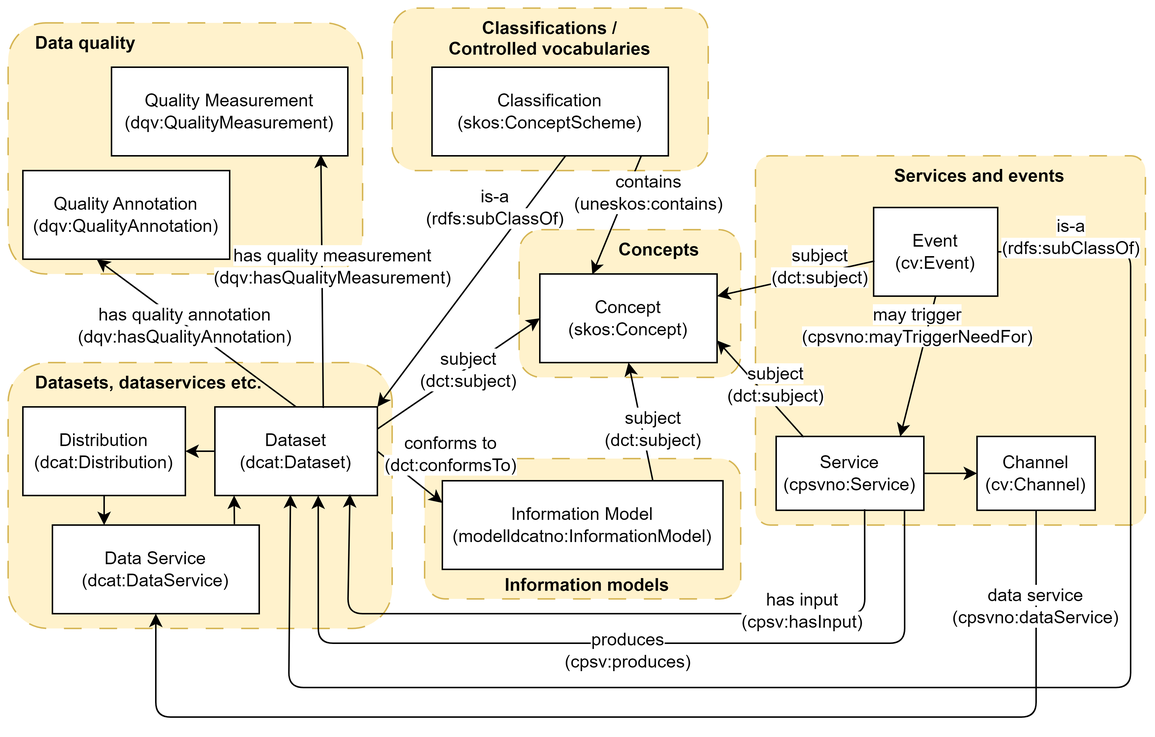
Before: overview/images/crossreferencing-en.png, a diagram exported from draw.io (Informasjonsforvaltning/showroom). Source tidied: cells renumbered, new cells last; positions are measured from the earlier drawing's top-left corner, leaving out a move shared by most shapes.
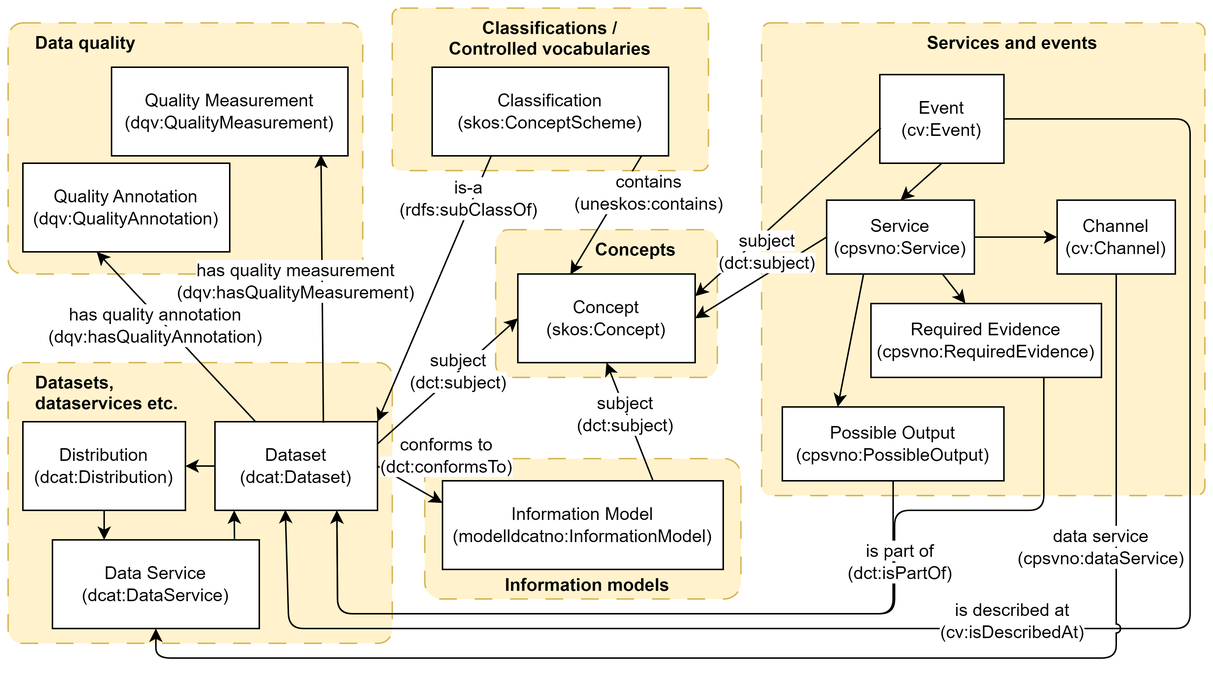
The same file after the commit.

Commit message:
Oppdatere cross-ref-tegningene

The edit, as a diff of the source:
```diff
@@ -2,26 +2,26 @@
   <root>
     <mxCell id="0" />
     <mxCell id="1" parent="0" />
-    <mxCell id="2" value="&lt;b&gt;&amp;nbsp; &amp;nbsp; &amp;nbsp; &amp;nbsp; &amp;nbsp; &amp;nbsp; Services and events&lt;/b&gt;" style="rounded=1;whiteSpace=wrap;html=1;dashed=1;dashPattern=12 12;verticalAlign=top;fillColor=#fff2cc;strokeColor=#d6b656;arcSize=4;" parent="1" vertex="1">
-      <mxGeometry x="506" y="100" width="264" height="250" as="geometry" />
+    <mxCell id="2" value="&lt;b&gt;&amp;nbsp; &amp;nbsp; &amp;nbsp; &amp;nbsp; &amp;nbsp; &amp;nbsp; Services and events&lt;/b&gt;" style="rounded=1;whiteSpace=wrap;html=1;dashed=1;dashPattern=12 12;verticalAlign=top;fillColor=#fff2cc;strokeColor=#d6b656;arcSize=2;" parent="1" vertex="1">
+      <mxGeometry x="510" y="10" width="300" height="320" as="geometry" />
     </mxCell>
-    <mxCell id="3" value="&lt;b&gt;&amp;nbsp; &amp;nbsp; &amp;nbsp;Datasets, dataservices etc.&lt;/b&gt;" style="rounded=1;whiteSpace=wrap;html=1;dashed=1;dashPattern=12 12;verticalAlign=top;fillColor=#fff2cc;strokeColor=#d6b656;align=left;" parent="1" vertex="1">
-      <mxGeometry y="240" width="260" height="180" as="geometry" />
+    <mxCell id="3" value="&lt;b&gt;&amp;nbsp; &amp;nbsp; &amp;nbsp;Datasets,&amp;nbsp;&lt;/b&gt;&lt;div&gt;&lt;b&gt;&amp;nbsp; &amp;nbsp; &amp;nbsp;dataservices etc.&lt;/b&gt;&lt;/div&gt;" style="rounded=1;whiteSpace=wrap;html=1;dashed=1;dashPattern=12 12;verticalAlign=top;fillColor=#fff2cc;strokeColor=#d6b656;align=left;arcSize=5;" parent="1" vertex="1">
+      <mxGeometry y="240" width="260" height="190" as="geometry" />
     </mxCell>
-    <mxCell id="4" value="&lt;b&gt;&amp;nbsp; Information models&lt;/b&gt;" style="rounded=1;whiteSpace=wrap;html=1;dashed=1;dashPattern=12 12;verticalAlign=bottom;labelBackgroundColor=none;fillColor=#fff2cc;strokeColor=#d6b656;align=center;" parent="1" vertex="1">
+    <mxCell id="4" value="&lt;b&gt;&amp;nbsp; Information models&lt;/b&gt;" style="rounded=1;whiteSpace=wrap;html=1;dashed=1;dashPattern=12 12;verticalAlign=bottom;labelBackgroundColor=none;fillColor=#fff2cc;strokeColor=#d6b656;align=center;arcSize=12;" parent="1" vertex="1">
       <mxGeometry x="282" y="305" width="214" height="95" as="geometry" />
     </mxCell>
-    <mxCell id="5" value="&lt;b&gt;&amp;nbsp; &amp;nbsp; &amp;nbsp; &amp;nbsp; &amp;nbsp; &amp;nbsp; Concepts&lt;/b&gt;" style="rounded=1;whiteSpace=wrap;html=1;dashed=1;dashPattern=12 12;verticalAlign=top;fillColor=#fff2cc;strokeColor=#d6b656;" parent="1" vertex="1">
-      <mxGeometry x="346" y="150" width="150" height="100" as="geometry" />
+    <mxCell id="5" value="&lt;b&gt;&amp;nbsp; &amp;nbsp; &amp;nbsp; &amp;nbsp; &amp;nbsp; &amp;nbsp; Concepts&lt;/b&gt;" style="rounded=1;whiteSpace=wrap;html=1;dashed=1;dashPattern=12 12;verticalAlign=top;fillColor=#fff2cc;strokeColor=#d6b656;arcSize=9;" parent="1" vertex="1">
+      <mxGeometry x="330" y="150" width="150" height="100" as="geometry" />
     </mxCell>
-    <mxCell id="6" value="&lt;b&gt;Classifications / &lt;br&gt;Controlled vocabularies&lt;/b&gt;" style="rounded=1;whiteSpace=wrap;html=1;dashed=1;dashPattern=12 12;verticalAlign=top;labelBackgroundColor=none;fillColor=#fff2cc;strokeColor=#d6b656;" parent="1" vertex="1">
+    <mxCell id="6" value="&lt;b&gt;Classifications / &lt;br&gt;Controlled vocabularies&lt;/b&gt;" style="rounded=1;whiteSpace=wrap;html=1;dashed=1;dashPattern=12 12;verticalAlign=top;labelBackgroundColor=none;fillColor=#fff2cc;strokeColor=#d6b656;arcSize=5;" parent="1" vertex="1">
       <mxGeometry x="260" width="214" height="110" as="geometry" />
     </mxCell>
     <mxCell id="7" value="Classification&lt;br&gt;(skos:ConceptScheme)" style="rounded=0;whiteSpace=wrap;html=1;" parent="1" vertex="1">
       <mxGeometry x="287" y="40" width="160" height="60" as="geometry" />
     </mxCell>
     <mxCell id="8" value="Concept&lt;br&gt;(skos:Concept)" style="rounded=0;whiteSpace=wrap;html=1;" parent="1" vertex="1">
-      <mxGeometry x="360" y="180" width="120" height="60" as="geometry" />
+      <mxGeometry x="345" y="180" width="120" height="60" as="geometry" />
     </mxCell>
     <mxCell id="9" style="endArrow=classic;html=1;rounded=0;exitX=0.885;exitY=1.004;exitDx=0;exitDy=0;entryX=0.296;entryY=0.006;entryDx=0;entryDy=0;entryPerimeter=0;exitPerimeter=0;" parent="1" edge="1" source="7" target="8">
       <mxGeometry relative="1" as="geometry" />
@@ -30,9 +30,9 @@
       <mxGeometry x="404" y="110" width="60" height="30" as="geometry" />
     </mxCell>
     <mxCell id="11" value="Dataset&lt;br&gt;(dcat:Dataset)" style="rounded=0;whiteSpace=wrap;html=1;" parent="1" vertex="1">
-      <mxGeometry x="140" y="270" width="110" height="60" as="geometry" />
+      <mxGeometry x="140" y="280" width="110" height="60" as="geometry" />
     </mxCell>
-    <mxCell id="12" style="endArrow=classic;html=1;rounded=0;entryX=1;entryY=0;entryDx=0;entryDy=0;endFill=1;exitX=0.564;exitY=1.004;exitDx=0;exitDy=0;exitPerimeter=0;" parent="1" edge="1" source="7" target="11">
+    <mxCell id="12" style="endArrow=classic;html=1;rounded=0;entryX=1;entryY=0;entryDx=0;entryDy=0;endFill=1;exitX=0.25;exitY=1;exitDx=0;exitDy=0;" parent="1" edge="1" source="7" target="11">
       <mxGeometry relative="1" as="geometry" />
     </mxCell>
     <mxCell id="13" value="Information Model&lt;br&gt;(modelldcatno:InformationModel)" style="rounded=0;whiteSpace=wrap;html=1;" parent="1" vertex="1">
@@ -42,86 +42,58 @@
       <mxGeometry relative="1" as="geometry" />
     </mxCell>
     <mxCell id="15" value="&lt;span style=&quot;background-color: rgb(255, 255, 255);&quot;&gt;conforms to&lt;br&gt;(dct:conformsTo)&lt;/span&gt;" style="text;html=1;strokeColor=none;fillColor=none;align=center;verticalAlign=middle;whiteSpace=wrap;rounded=0;labelBackgroundColor=none;" parent="1" vertex="1">
-      <mxGeometry x="270" y="290" width="60" height="25" as="geometry" />
+      <mxGeometry x="267" y="290" width="60" height="25" as="geometry" />
     </mxCell>
     <mxCell id="16" style="endArrow=classic;html=1;rounded=0;exitX=1;exitY=0.25;exitDx=0;exitDy=0;entryX=0;entryY=0.5;entryDx=0;entryDy=0;" parent="1" edge="1" source="11" target="8">
       <mxGeometry relative="1" as="geometry" />
     </mxCell>
     <mxCell id="17" value="&lt;span style=&quot;background-color: rgb(255, 255, 255);&quot;&gt;subject&lt;br&gt;(dct:subject)&lt;/span&gt;" style="text;html=1;strokeColor=none;fillColor=none;align=center;verticalAlign=middle;whiteSpace=wrap;rounded=0;labelBackgroundColor=none;" parent="1" vertex="1">
-      <mxGeometry x="282" y="230" width="60" height="30" as="geometry" />
+      <mxGeometry x="275" y="231" width="60" height="30" as="geometry" />
     </mxCell>
     <mxCell id="18" value="&lt;span style=&quot;background-color: rgb(255, 255, 255);&quot;&gt;is-a&lt;br&gt;(rdfs:subClassOf)&lt;/span&gt;" style="text;html=1;strokeColor=none;fillColor=none;align=center;verticalAlign=middle;whiteSpace=wrap;rounded=0;labelBackgroundColor=none;" parent="1" vertex="1">
-      <mxGeometry x="300" y="120" width="60" height="30" as="geometry" />
+      <mxGeometry x="282" y="114" width="60" height="30" as="geometry" />
     </mxCell>
     <mxCell id="19" style="endArrow=classic;html=1;rounded=0;exitX=0.75;exitY=0;exitDx=0;exitDy=0;entryX=0.5;entryY=1;entryDx=0;entryDy=0;" parent="1" edge="1" source="13" target="8">
       <mxGeometry relative="1" as="geometry" />
     </mxCell>
     <mxCell id="20" value="&lt;span style=&quot;background-color: rgb(255, 255, 255);&quot;&gt;subject&lt;br&gt;(dct:subject)&lt;/span&gt;" style="text;html=1;strokeColor=none;fillColor=none;align=center;verticalAlign=middle;whiteSpace=wrap;rounded=0;labelBackgroundColor=none;" parent="1" vertex="1">
-      <mxGeometry x="407" y="270" width="60" height="30" as="geometry" />
+      <mxGeometry x="388" y="260" width="60" height="30" as="geometry" />
     </mxCell>
     <mxCell id="21" value="Service&lt;br&gt;(cpsvno:Service)" style="rounded=0;whiteSpace=wrap;html=1;" parent="1" vertex="1">
-      <mxGeometry x="520" y="290" width="100" height="50" as="geometry" />
+      <mxGeometry x="554" y="130" width="100" height="50" as="geometry" />
     </mxCell>
     <mxCell id="22" value="Event&lt;br&gt;(cv:Event)" style="rounded=0;whiteSpace=wrap;html=1;" parent="1" vertex="1">
-      <mxGeometry x="586" y="135" width="84" height="60" as="geometry" />
+      <mxGeometry x="590" y="45" width="84" height="60" as="geometry" />
     </mxCell>
-    <mxCell id="23" style="endArrow=classic;html=1;rounded=0;exitX=0.5;exitY=1;exitDx=0;exitDy=0;entryX=0.84;entryY=0.001;entryDx=0;entryDy=0;entryPerimeter=0;" parent="1" edge="1" source="22" target="21">
+    <mxCell id="23" style="endArrow=classic;html=1;rounded=0;exitX=0.5;exitY=1;exitDx=0;exitDy=0;entryX=0.5;entryY=0;entryDx=0;entryDy=0;" parent="1" edge="1" source="22" target="21">
       <mxGeometry relative="1" as="geometry" />
     </mxCell>
-    <mxCell id="24" value="&lt;span style=&quot;background-color: rgb(255, 255, 255);&quot;&gt;may trigger&lt;br&gt;(cpsvno:mayTriggerNeedFor)&lt;/span&gt;" style="text;html=1;strokeColor=none;fillColor=none;align=center;verticalAlign=middle;whiteSpace=wrap;rounded=0;labelBackgroundColor=none;" parent="1" vertex="1">
-      <mxGeometry x="586" y="200" width="60" height="30" as="geometry" />
-    </mxCell>
     <mxCell id="25" style="endArrow=classic;html=1;rounded=0;exitX=0.007;exitY=0.604;exitDx=0;exitDy=0;entryX=1;entryY=0.25;entryDx=0;entryDy=0;exitPerimeter=0;" parent="1" edge="1" source="22" target="8">
       <mxGeometry relative="1" as="geometry" />
     </mxCell>
-    <mxCell id="26" value="&lt;span style=&quot;background-color: rgb(255, 255, 255);&quot;&gt;subject&lt;br&gt;(dct:subject)&lt;/span&gt;" style="text;html=1;strokeColor=none;fillColor=none;align=center;verticalAlign=middle;whiteSpace=wrap;rounded=0;labelBackgroundColor=none;" parent="1" vertex="1">
-      <mxGeometry x="520" y="160" width="60" height="30" as="geometry" />
-    </mxCell>
-    <mxCell id="27" style="endArrow=classic;html=1;rounded=0;exitX=0.186;exitY=0.009;exitDx=0;exitDy=0;entryX=1;entryY=0.75;entryDx=0;entryDy=0;exitPerimeter=0;" parent="1" edge="1" source="21" target="8">
+    <mxCell id="27" style="endArrow=classic;html=1;rounded=0;exitX=0;exitY=0.5;exitDx=0;exitDy=0;entryX=1;entryY=0.5;entryDx=0;entryDy=0;" parent="1" edge="1" source="21" target="8">
       <mxGeometry relative="1" as="geometry" />
     </mxCell>
     <mxCell id="28" value="&lt;span style=&quot;background-color: rgb(255, 255, 255);&quot;&gt;subject&lt;br&gt;(dct:subject)&lt;/span&gt;" style="text;html=1;strokeColor=none;fillColor=none;align=center;verticalAlign=middle;whiteSpace=wrap;rounded=0;labelBackgroundColor=none;" parent="1" vertex="1">
-      <mxGeometry x="490" y="240" width="60" height="30" as="geometry" />
+      <mxGeometry x="484" y="150" width="60" height="30" as="geometry" />
     </mxCell>
-    <mxCell id="29" style="endArrow=classic;html=1;rounded=1;exitX=0.869;exitY=0.995;exitDx=0;exitDy=0;exitPerimeter=0;entryX=0.636;entryY=1;entryDx=0;entryDy=0;entryPerimeter=0;" parent="1" edge="1" source="21" target="11">
-      <mxGeometry relative="1" as="geometry">
-        <Array as="points">
-          <mxPoint x="607" y="430" />
-          <mxPoint x="210" y="430" />
-        </Array>
-      </mxGeometry>
-    </mxCell>
-    <mxCell id="30" style="endArrow=classic;html=1;rounded=1;entryX=0.831;entryY=0.984;entryDx=0;entryDy=0;exitX=0.599;exitY=0.986;exitDx=0;exitDy=0;entryPerimeter=0;exitPerimeter=0;" parent="1" edge="1" source="21" target="11">
-      <mxGeometry relative="1" as="geometry">
-        <Array as="points">
-          <mxPoint x="580" y="410" />
-          <mxPoint x="230" y="410" />
-        </Array>
-      </mxGeometry>
-    </mxCell>
-    <mxCell id="31" value="&lt;span style=&quot;background-color: rgb(255, 255, 255);&quot;&gt;has input&lt;br&gt;(cpsv:hasInput)&lt;/span&gt;" style="text;html=1;strokeColor=none;fillColor=none;align=center;verticalAlign=middle;whiteSpace=wrap;rounded=0;labelBackgroundColor=none;" parent="1" vertex="1">
-      <mxGeometry x="508" y="393" width="60" height="30" as="geometry" />
-    </mxCell>
-    <mxCell id="32" value="&lt;span style=&quot;background-color: rgb(255, 255, 255);&quot;&gt;produces&lt;br&gt;(cpsv:produces)&lt;/span&gt;" style="text;html=1;strokeColor=none;fillColor=none;align=center;verticalAlign=middle;whiteSpace=wrap;rounded=0;labelBackgroundColor=none;" parent="1" vertex="1">
-      <mxGeometry x="390" y="420" width="60" height="30" as="geometry" />
-    </mxCell>
-    <mxCell id="33" style="endArrow=classic;html=1;rounded=1;endFill=1;entryX=0.465;entryY=0.992;entryDx=0;entryDy=0;entryPerimeter=0;exitX=1;exitY=0.5;exitDx=0;exitDy=0;" parent="1" edge="1" source="22" target="11">
+    <mxCell id="33" style="endArrow=classic;html=1;rounded=1;endFill=1;entryX=0.433;entryY=0.994;entryDx=0;entryDy=0;exitX=1;exitY=0.5;exitDx=0;exitDy=0;entryPerimeter=0;" parent="1" edge="1" source="22" target="11">
       <mxGeometry relative="1" as="geometry">
         <Array as="points">
-          <mxPoint x="760" y="165" />
-          <mxPoint x="760" y="460" />
-          <mxPoint x="190" y="460" />
+          <mxPoint x="800" y="75" />
+          <mxPoint x="800" y="420" />
+          <mxPoint x="190" y="420" />
         </Array>
       </mxGeometry>
     </mxCell>
-    <mxCell id="34" value="&lt;span style=&quot;background-color: rgb(255, 255, 255);&quot;&gt;is-a&lt;br&gt;(rdfs:subClassOf)&lt;/span&gt;" style="text;html=1;strokeColor=none;fillColor=none;align=center;verticalAlign=middle;whiteSpace=wrap;rounded=0;labelBackgroundColor=none;" parent="1" vertex="1">
-      <mxGeometry x="690" y="140" width="60" height="30" as="geometry" />
+    <mxCell id="34" value="&lt;span style=&quot;background-color: rgb(255, 255, 255);&quot;&gt;is described at&lt;br&gt;(cv:isDescribedAt)&lt;/span&gt;" style="text;html=1;strokeColor=none;fillColor=none;align=center;verticalAlign=middle;whiteSpace=wrap;rounded=0;labelBackgroundColor=none;" parent="1" vertex="1">
+      <mxGeometry x="650" y="400" width="60" height="30" as="geometry" />
     </mxCell>
     <mxCell id="35" value="Distribution&lt;br&gt;(dcat:Distribution)" style="rounded=0;whiteSpace=wrap;html=1;" parent="1" vertex="1">
-      <mxGeometry x="10" y="270" width="110" height="60" as="geometry" />
+      <mxGeometry x="10" y="280" width="110" height="60" as="geometry" />
     </mxCell>
     <mxCell id="36" value="Data Service&lt;br&gt;(dcat:DataService)" style="rounded=0;whiteSpace=wrap;html=1;" parent="1" vertex="1">
-      <mxGeometry x="30" y="350" width="140" height="60" as="geometry" />
+      <mxGeometry x="30" y="360" width="140" height="60" as="geometry" />
     </mxCell>
     <mxCell id="37" style="endArrow=classic;html=1;rounded=0;entryX=1;entryY=0.5;entryDx=0;entryDy=0;exitX=0;exitY=0.5;exitDx=0;exitDy=0;" parent="1" edge="1" source="11" target="35">
       <mxGeometry relative="1" as="geometry" />
@@ -131,17 +103,17 @@
     </mxCell>
     <mxCell id="39" style="endArrow=classic;html=1;rounded=0;exitX=0.88;exitY=-0.01;exitDx=0;exitDy=0;exitPerimeter=0;" parent="1" edge="1" source="36">
       <mxGeometry relative="1" as="geometry">
-        <mxPoint x="153" y="330" as="targetPoint" />
+        <mxPoint x="153" y="340" as="targetPoint" />
       </mxGeometry>
     </mxCell>
     <mxCell id="40" value="Channel&lt;br&gt;(cv:Channel)" style="rounded=0;whiteSpace=wrap;html=1;" parent="1" vertex="1">
-      <mxGeometry x="656" y="290" width="80" height="50" as="geometry" />
+      <mxGeometry x="710" y="130" width="80" height="50" as="geometry" />
     </mxCell>
-    <mxCell id="41" style="endArrow=classic;html=1;rounded=1;exitX=0.5;exitY=1;exitDx=0;exitDy=0;" parent="1" edge="1" source="40" target="36">
+    <mxCell id="41" style="endArrow=classic;html=1;rounded=1;exitX=0.5;exitY=1;exitDx=0;exitDy=0;jumpStyle=arc;entryX=0.5;entryY=1;entryDx=0;entryDy=0;" parent="1" edge="1" source="40" target="36">
       <mxGeometry relative="1" as="geometry">
         <Array as="points">
-          <mxPoint x="696" y="480" />
-          <mxPoint x="100" y="480" />
+          <mxPoint x="750" y="440" />
+          <mxPoint x="100" y="440" />
         </Array>
       </mxGeometry>
     </mxCell>
@@ -149,28 +121,61 @@
       <mxGeometry relative="1" as="geometry" />
     </mxCell>
     <mxCell id="43" value="&lt;span style=&quot;background-color: rgb(255, 255, 255);&quot;&gt;data service&lt;br&gt;(cpsvno:dataService)&lt;/span&gt;" style="text;html=1;strokeColor=none;fillColor=none;align=center;verticalAlign=middle;whiteSpace=wrap;rounded=0;labelBackgroundColor=none;" parent="1" vertex="1">
-      <mxGeometry x="666" y="390" width="60" height="30" as="geometry" />
+      <mxGeometry x="710" y="350" width="60" height="30" as="geometry" />
     </mxCell>
-    <mxCell id="44" value="&lt;b&gt;&amp;nbsp; &amp;nbsp; &amp;nbsp;Data quality&lt;/b&gt;" style="rounded=1;whiteSpace=wrap;html=1;dashed=1;dashPattern=12 12;verticalAlign=top;labelBackgroundColor=none;fillColor=#fff2cc;strokeColor=#d6b656;align=left;" parent="1" vertex="1">
+    <mxCell id="44" value="&lt;b&gt;&amp;nbsp; &amp;nbsp; &amp;nbsp;Data quality&lt;/b&gt;" style="rounded=1;whiteSpace=wrap;html=1;dashed=1;dashPattern=12 12;verticalAlign=top;labelBackgroundColor=none;fillColor=#fff2cc;strokeColor=#d6b656;align=left;arcSize=6;" parent="1" vertex="1">
       <mxGeometry y="10" width="240" height="170" as="geometry" />
     </mxCell>
     <mxCell id="45" value="Quality Measurement&lt;br&gt;(dqv:QualityMeasurement)" style="rounded=0;whiteSpace=wrap;html=1;" parent="1" vertex="1">
       <mxGeometry x="70" y="40" width="160" height="60" as="geometry" />
     </mxCell>
     <mxCell id="46" value="Quality Annotation&lt;br&gt;(dqv:QualityAnnotation)" style="rounded=0;whiteSpace=wrap;html=1;" parent="1" vertex="1">
-      <mxGeometry x="10" y="110" width="140" height="60" as="geometry" />
+      <mxGeometry x="10" y="105" width="140" height="60" as="geometry" />
     </mxCell>
-    <mxCell id="47" style="endArrow=classic;html=1;rounded=0;endFill=1;exitX=0.5;exitY=0;exitDx=0;exitDy=0;entryX=0.357;entryY=1;entryDx=0;entryDy=0;entryPerimeter=0;" parent="1" edge="1" source="11" target="46">
+    <mxCell id="47" style="endArrow=classic;html=1;rounded=0;endFill=1;exitX=0.25;exitY=0;exitDx=0;exitDy=0;entryX=0.357;entryY=1;entryDx=0;entryDy=0;entryPerimeter=0;" parent="1" edge="1" source="11" target="46">
       <mxGeometry relative="1" as="geometry" />
     </mxCell>
     <mxCell id="48" style="endArrow=classic;html=1;rounded=0;endFill=1;exitX=0.667;exitY=0.012;exitDx=0;exitDy=0;exitPerimeter=0;entryX=0.886;entryY=0.987;entryDx=0;entryDy=0;entryPerimeter=0;" parent="1" edge="1" source="11" target="45">
       <mxGeometry relative="1" as="geometry" />
     </mxCell>
     <mxCell id="49" value="&lt;span style=&quot;background-color: rgb(255, 255, 255);&quot;&gt;has quality measurement&lt;br&gt;(dqv:hasQualityMeasurement)&lt;br&gt;&lt;/span&gt;" style="text;html=1;strokeColor=none;fillColor=none;align=center;verticalAlign=middle;whiteSpace=wrap;rounded=0;labelBackgroundColor=none;" parent="1" vertex="1">
-      <mxGeometry x="140" y="160" width="160" height="30" as="geometry" />
+      <mxGeometry x="115" y="170" width="160" height="30" as="geometry" />
     </mxCell>
     <mxCell id="50" value="&lt;span style=&quot;background-color: rgb(255, 255, 255);&quot;&gt;has quality annotation&lt;br&gt;(dqv:hasQualityAnnotation)&lt;br&gt;&lt;/span&gt;" style="text;html=1;strokeColor=none;fillColor=none;align=center;verticalAlign=middle;whiteSpace=wrap;rounded=0;labelBackgroundColor=none;" parent="1" vertex="1">
-      <mxGeometry x="40" y="200" width="160" height="30" as="geometry" />
+      <mxGeometry x="20" y="200" width="160" height="30" as="geometry" />
     </mxCell>
+    <mxCell id="51" value="Required Evidence&lt;br&gt;(cpsvno:RequiredEvidence)" style="rounded=0;whiteSpace=wrap;html=1;" parent="1" vertex="1">
+      <mxGeometry x="584" y="200" width="156" height="50" as="geometry" />
+    </mxCell>
+    <mxCell id="52" value="Possible Output&lt;br&gt;(cpsvno:PossibleOutput)" style="rounded=0;whiteSpace=wrap;html=1;" parent="1" vertex="1">
+      <mxGeometry x="524" y="270" width="150" height="50" as="geometry" />
+    </mxCell>
+    <mxCell id="53" style="endArrow=classic;html=1;rounded=0;exitX=0.25;exitY=1;exitDx=0;exitDy=0;entryX=0.25;entryY=0;entryDx=0;entryDy=0;" parent="1" edge="1" source="21" target="52">
+      <mxGeometry relative="1" as="geometry" />
+    </mxCell>
+    <mxCell id="54" style="endArrow=classic;html=1;rounded=0;exitX=0.783;exitY=0.998;exitDx=0;exitDy=0;exitPerimeter=0;entryX=0.41;entryY=-0.002;entryDx=0;entryDy=0;entryPerimeter=0;" parent="1" edge="1" source="21" target="51">
+      <mxGeometry relative="1" as="geometry" />
+    </mxCell>
+    <mxCell id="55" style="endArrow=classic;html=1;rounded=1;entryX=0.75;entryY=1;entryDx=0;entryDy=0;curved=0;exitX=0.75;exitY=1;exitDx=0;exitDy=0;" parent="1" edge="1" source="51" target="11">
+      <mxGeometry relative="1" as="geometry">
+        <Array as="points">
+          <mxPoint x="701" y="340" />
+          <mxPoint x="600" y="340" />
+          <mxPoint x="600" y="410" />
+          <mxPoint x="223" y="410" />
+        </Array>
+      </mxGeometry>
+    </mxCell>
+    <mxCell id="56" style="endArrow=classic;html=1;rounded=1;entryX=0.75;entryY=1;entryDx=0;entryDy=0;curved=0;exitX=0.5;exitY=1;exitDx=0;exitDy=0;" parent="1" edge="1" source="52" target="11">
+      <mxGeometry relative="1" as="geometry">
+        <Array as="points">
+          <mxPoint x="599" y="410" />
+          <mxPoint x="223" y="410" />
+        </Array>
+      </mxGeometry>
+    </mxCell>
+    <mxCell id="57" value="&lt;span style=&quot;background-color: rgb(255, 255, 255);&quot;&gt;is part of (dct:isPartOf)&lt;/span&gt;" style="text;html=1;strokeColor=none;fillColor=none;align=center;verticalAlign=middle;whiteSpace=wrap;rounded=0;labelBackgroundColor=none;" parent="1" vertex="1">
+      <mxGeometry x="574" y="360" width="60" height="30" as="geometry" />
+    </mxCell>
   </root>
 </mxGraphModel>
```
